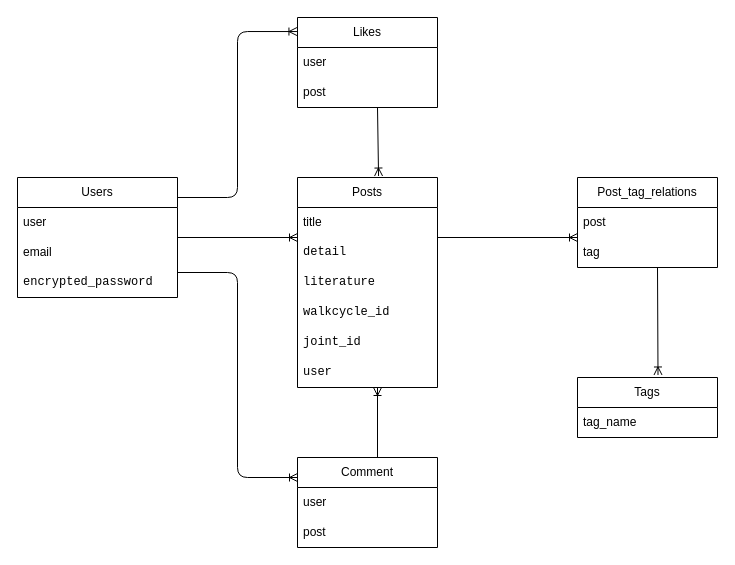
Before: ER.dio in masaru-kunimatsu/GaitPost-App, a draw.io diagram. Source tidied: cells renumbered, new cells numbered last; positions are measured from the earlier drawing's top-left corner, leaving out a move shared by most shapes. Both pictures are drawn from the tidied source at 100%, with x=0, y=0 at pixel (17, 17).
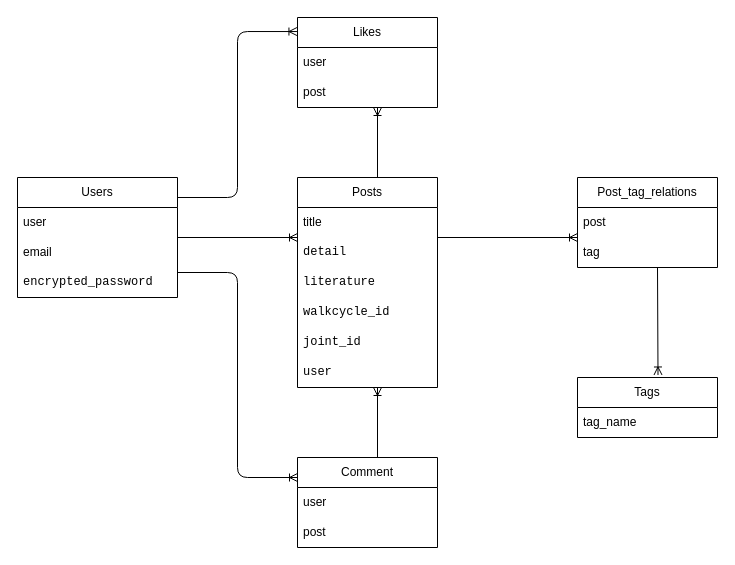
After the change.

Unchanged cells that the change refers to:
```xml
<mxCell id="9" value="Posts" style="swimlane;fontStyle=0;horizontal=1;startSize=30;whiteSpace=wrap;html=1;" parent="1" vertex="1">
  <mxGeometry x="280" y="160" width="140" height="210" as="geometry" />
</mxCell>
```

Diff of the diagram source:
```diff
@@
-    <mxCell id="28" style="fontSize=12;html=1;endArrow=ERoneToMany;entryX=0.579;entryY=-0.007;entryDx=0;entryDy=0;entryPerimeter=0;" parent="1" edge="1" target="9">
-      <mxGeometry relative="1" as="geometry">
-        <mxPoint x="360" y="90" as="sourcePoint" />
-      </mxGeometry>
-    </mxCell>
@@
+    <mxCell id="31" style="fontSize=12;html=1;endArrow=ERoneToMany;" parent="1" edge="1">
+      <mxGeometry relative="1" as="geometry">
+        <mxPoint x="360" y="160" as="sourcePoint" />
+        <mxPoint x="360" y="90" as="targetPoint" />
+      </mxGeometry>
+    </mxCell>
```
